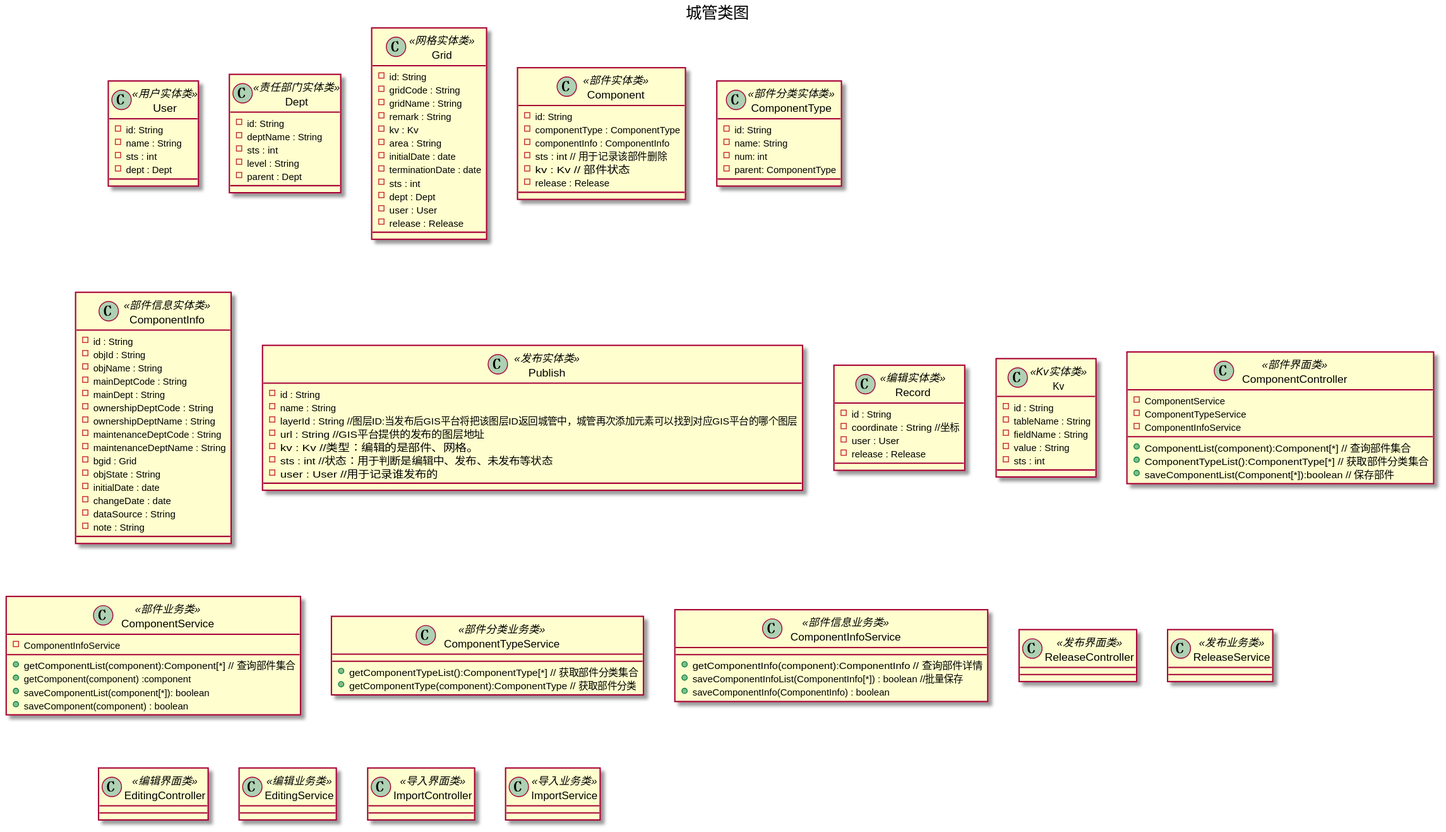
Above: doc/ClassUml/城管类图/城管类图.svg in missaouib/urban-management-platform (PlantUML), before the change. Source of this version:
```plantuml
@startuml
title 城管类图
class User <<用户实体类>>{
    -id: String
    -name : String
    -sts : int
    -dept : Dept
}

class Dept<<责任部门实体类>>{
    -id: String
    -deptName : String
    -sts : int
    -level : String
    -parent : Dept
}

class Grid<<网格实体类>>{
    -id: String
    -gridCode : String
    -gridName : String
    -remark : String
    -kv : Kv
    -area : String
    -initialDate : date
    -terminationDate : date
    -sts : int
    -dept : Dept
    -user : User
    -release : Release
}

class Component<<部件实体类>>{
    -id: String
    -componentType : ComponentType
    -componentInfo : ComponentInfo
    -sts : int  // 用于记录该部件删除
    -kv : Kv       // 部件状态
    -release : Release
}

class ComponentType<<部件分类实体类>>{
    -id: String
    -name: String
    -num: int
    -parent: ComponentType
}

class ComponentInfo<<部件信息实体类>>{
    -id : String
    -objId : String
    -objName : String
    -mainDeptCode : String
    -mainDept : String
    -ownershipDeptCode : String
    -ownershipDeptName : String
    -maintenanceDeptCode : String
    -maintenanceDeptName  : String
    -bgid : Grid
    -objState : String
    -initialDate : date
    -changeDate : date
    -dataSource : String
    -note : String
}

class Publish<<发布实体类>>{
    -id : String
    -name : String
    -layerId : String     //图层ID:当发布后GIS平台将把该图层ID返回城管中，城管再次添加元素可以找到对应GIS平台的哪个图层
    -url : String         //GIS平台提供的发布的图层地址
    -kv : Kv              //类型：编辑的是部件、网格。
    -sts : int            //状态：用于判断是编辑中、发布、未发布等状态
    -user : User          //用于记录谁发布的
}
class Record<<编辑实体类>>{
    -id : String
    -coordinate : String  //坐标
    -user : User
    -release : Release
}

class Kv<<Kv实体类>>{
    -id : String
    -tableName : String
    -fieldName : String
    -value : String
    -sts : int
}



class ComponentController<<部件界面类>>{
    -ComponentService
    -ComponentTypeService
    -ComponentInfoService
    +ComponentList(component):Component[*]         // 查询部件集合
    +ComponentTypeList():ComponentType[*]          // 获取部件分类集合
    +saveComponentList(Component[*]):boolean       // 保存部件
}

class ComponentService<<部件业务类>>{
    -ComponentInfoService
    +getComponentList(component):Component[*]      // 查询部件集合
    +getComponent(component) :component
    +saveComponentList(component[*]): boolean
    +saveComponent(component) : boolean
}
class ComponentTypeService<<部件分类业务类>>{
    +getComponentTypeList():ComponentType[*]       // 获取部件分类集合
    +getComponentType(component):ComponentType     // 获取部件分类
}
class ComponentInfoService<<部件信息业务类>>{
    +getComponentInfo(component):ComponentInfo          // 查询部件详情
    +saveComponentInfoList(ComponentInfo[*]) : boolean  //批量保存
    +saveComponentInfo(ComponentInfo) : boolean
}

class ReleaseController<<发布界面类>>{

}
class ReleaseService<<发布业务类>>{

}

class EditingController<<编辑界面类>>{

}
class EditingService<<编辑业务类>>{

}
class ImportController<<导入界面类>>{

}
class ImportService<<导入业务类>>{

}








@enduml
```
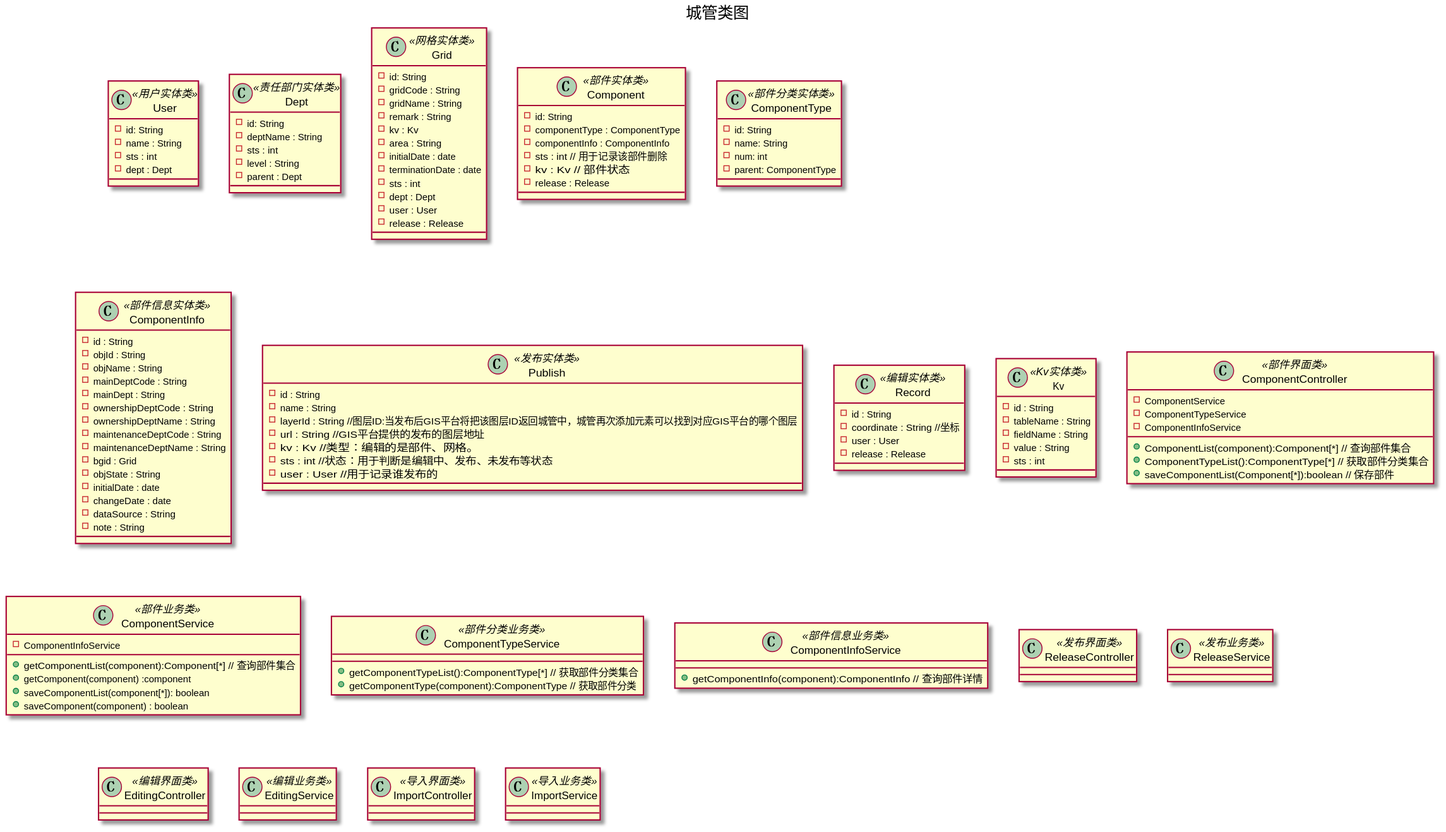
After the change.

Commit message:
城管类图 修改 ComponentInfoService 下保存方法

What changed in the source:
```diff
@@ -112,8 +112,6 @@
 }
 class ComponentInfoService<<部件信息业务类>>{
     +getComponentInfo(component):ComponentInfo          // 查询部件详情
-    +saveComponentInfoList(ComponentInfo[*]) : boolean  //批量保存
-    +saveComponentInfo(ComponentInfo) : boolean
 }
 
 class ReleaseController<<发布界面类>>{
```
